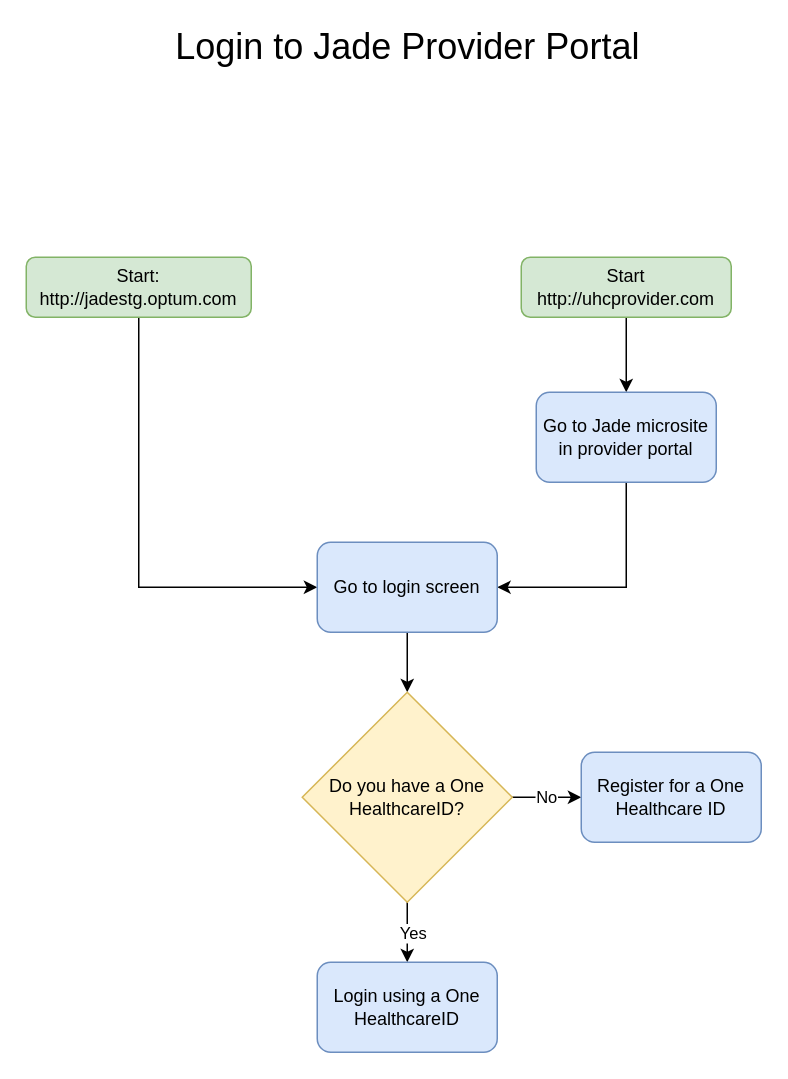
Before: login-flow-stg.drawio in ernestoaparicio/jadex, a draw.io diagram. Source tidied: cells renumbered, new cells numbered last; positions are measured from the earlier drawing's top-left corner, leaving out a move shared by most shapes. Both pictures are drawn from the tidied source at 150%, with x=0, y=0 at pixel (26, 32).
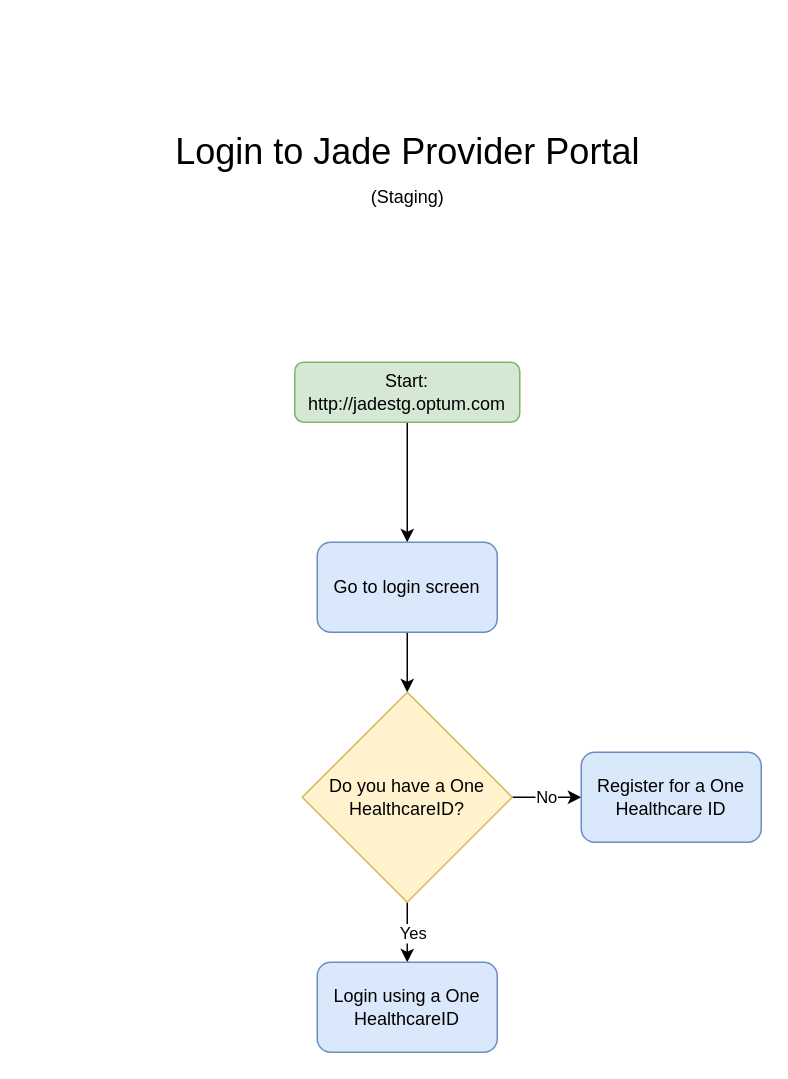
The same page after the edit.

The edit, as a diff of the source:
```diff
@@
 <mxGraphModel>
   <root>
     <mxCell id="0" />
     <mxCell id="1" parent="0" />
-    <mxCell id="2" style="edgeStyle=orthogonalEdgeStyle;rounded=0;jettySize=auto;html=1;exitX=0.5;exitY=1;exitDx=0;exitDy=0;entryX=0;entryY=0.5;entryDx=0;entryDy=0;" parent="1" edge="1" source="3" target="9">
+    <mxCell id="2" style="edgeStyle=orthogonalEdgeStyle;rounded=0;jettySize=auto;html=1;exitX=0.5;exitY=1;exitDx=0;exitDy=0;entryX=0.5;entryY=0;entryDx=0;entryDy=0;" parent="1" edge="1" source="3" target="9">
       <mxGeometry relative="1" as="geometry" />
     </mxCell>
     <mxCell id="3" value="Start: http://jadestg.optum.com" style="rounded=1;whiteSpace=wrap;html=1;fontSize=12;glass=0;strokeWidth=1;shadow=0;fillColor=#d5e8d4;strokeColor=#82b366;" parent="1" vertex="1">
-      <mxGeometry y="150" width="150" height="40" as="geometry" />
+      <mxGeometry x="179" y="220" width="150" height="40" as="geometry" />
     </mxCell>
-    <mxCell id="4" style="edgeStyle=orthogonalEdgeStyle;rounded=0;jettySize=auto;html=1;exitX=0.5;exitY=1;exitDx=0;exitDy=0;" parent="1" edge="1" source="5" target="7">
-      <mxGeometry relative="1" as="geometry" />
-    </mxCell>
-    <mxCell id="5" value="Start&lt;br&gt;http://uhcprovider.com" style="rounded=1;whiteSpace=wrap;html=1;fontSize=12;glass=0;strokeWidth=1;shadow=0;fillColor=#d5e8d4;strokeColor=#82b366;" parent="1" vertex="1">
-      <mxGeometry x="330" y="150" width="140" height="40" as="geometry" />
-    </mxCell>
-    <mxCell id="6" style="edgeStyle=orthogonalEdgeStyle;rounded=0;jettySize=auto;html=1;exitX=0.5;exitY=1;exitDx=0;exitDy=0;entryX=1;entryY=0.5;entryDx=0;entryDy=0;" parent="1" edge="1" source="7" target="9">
-      <mxGeometry relative="1" as="geometry" />
-    </mxCell>
-    <mxCell id="7" value="Go to Jade microsite in provider portal" style="rounded=1;whiteSpace=wrap;html=1;fillColor=#dae8fc;strokeColor=#6c8ebf;" parent="1" vertex="1">
-      <mxGeometry x="340" y="240" width="120" height="60" as="geometry" />
-    </mxCell>
     <mxCell id="8" style="edgeStyle=orthogonalEdgeStyle;rounded=0;jettySize=auto;html=1;exitX=0.5;exitY=1;exitDx=0;exitDy=0;entryX=0.5;entryY=0;entryDx=0;entryDy=0;" parent="1" edge="1" source="9" target="13">
       <mxGeometry relative="1" as="geometry" />
     </mxCell>
     <mxCell id="9" value="Go to login screen" style="rounded=1;whiteSpace=wrap;html=1;fillColor=#dae8fc;strokeColor=#6c8ebf;" parent="1" vertex="1">
       <mxGeometry x="194" y="340" width="120" height="60" as="geometry" />
     </mxCell>
     <mxCell id="10" value="No" style="edgeStyle=orthogonalEdgeStyle;rounded=0;jettySize=auto;html=1;exitX=1;exitY=0.5;exitDx=0;exitDy=0;entryX=0;entryY=0.5;entryDx=0;entryDy=0;" parent="1" edge="1" source="13" target="14">
       <mxGeometry relative="1" as="geometry" />
     </mxCell>
     <mxCell id="11" style="edgeStyle=orthogonalEdgeStyle;rounded=0;jettySize=auto;html=1;exitX=0.5;exitY=1;exitDx=0;exitDy=0;" parent="1" edge="1" source="13" target="15">
       <mxGeometry relative="1" as="geometry" />
     </mxCell>
     <mxCell id="12" value="Yes" style="edgeLabel;html=1;align=center;verticalAlign=middle;" parent="11" vertex="1">
       <mxGeometry y="3" relative="1" as="geometry" />
     </mxCell>
     <mxCell id="13" value="Do you have a One HealthcareID?" style="rhombus;whiteSpace=wrap;html=1;fillColor=#fff2cc;strokeColor=#d6b656;" parent="1" vertex="1">
       <mxGeometry x="184" y="440" width="140" height="140" as="geometry" />
     </mxCell>
     <mxCell id="14" value="Register for a One Healthcare ID" style="rounded=1;whiteSpace=wrap;html=1;fillColor=#dae8fc;strokeColor=#6c8ebf;" parent="1" vertex="1">
       <mxGeometry x="370" y="480" width="120" height="60" as="geometry" />
     </mxCell>
     <mxCell id="15" value="Login using a One HealthcareID" style="rounded=1;whiteSpace=wrap;html=1;fillColor=#dae8fc;strokeColor=#6c8ebf;" parent="1" vertex="1">
       <mxGeometry x="194" y="620" width="120" height="60" as="geometry" />
     </mxCell>
     <mxCell id="16" value="&lt;font style=&quot;font-size: 24px&quot;&gt;Login to Jade Provider Portal&lt;/font&gt;" style="text;html=1;align=center;verticalAlign=middle;" parent="1" vertex="1">
-      <mxGeometry x="89" width="330" height="20" as="geometry" />
+      <mxGeometry x="89" y="70" width="330" height="20" as="geometry" />
     </mxCell>
+    <mxCell id="17" value="(Staging)" style="text;html=1;align=center;verticalAlign=middle;" parent="1" vertex="1">
+      <mxGeometry x="224" y="100" width="60" height="20" as="geometry" />
+    </mxCell>
   </root>
 </mxGraphModel>
```
